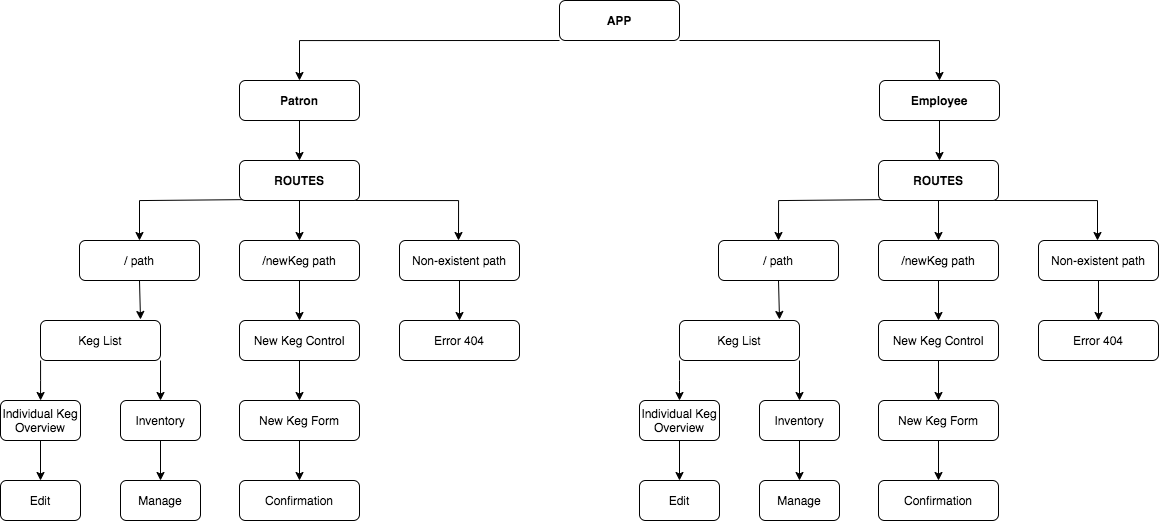
This is Diagram.png from Ugonz86/TapRoom, a draw.io export, as it was before one commit. Source tidied: cells renumbered, new cells last; positions are measured from the earlier drawing's top-left corner, leaving out a move shared by most shapes.
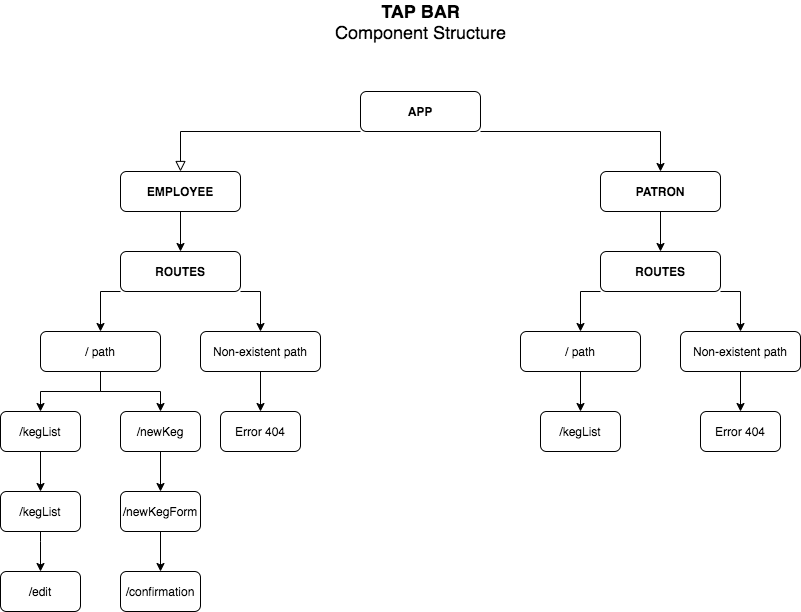
Later version of the same file.

What changed in the source:
```diff
@@ -2,225 +2,142 @@
   <root>
     <mxCell id="0" />
     <mxCell id="1" parent="0" />
-    <mxCell id="2" style="edgeStyle=orthogonalEdgeStyle;rounded=0;jettySize=auto;html=1;exitX=0;exitY=1;exitDx=0;exitDy=0;" parent="1" edge="1" source="4">
-      <mxGeometry relative="1" as="geometry">
-        <mxPoint x="299" y="80" as="targetPoint" />
-        <Array as="points">
-          <mxPoint x="299" y="40" />
-        </Array>
-      </mxGeometry>
-    </mxCell>
-    <mxCell id="3" style="edgeStyle=orthogonalEdgeStyle;rounded=0;jettySize=auto;html=1;entryX=0.5;entryY=0;entryDx=0;entryDy=0;" parent="1" edge="1" source="4" target="8">
-      <mxGeometry relative="1" as="geometry">
-        <Array as="points">
-          <mxPoint x="939" y="40" />
-        </Array>
-      </mxGeometry>
-    </mxCell>
+    <mxCell id="59" style="rounded=0;html=1;jettySize=auto;fontSize=11;endArrow=block;endFill=0;endSize=8;strokeWidth=1;shadow=0;labelBackgroundColor=none;edgeStyle=orthogonalEdgeStyle;" parent="1" edge="1" source="4" target="73">
+      <mxGeometry relative="1" as="geometry">
+        <Array as="points">
+          <mxPoint x="379" y="40" />
+        </Array>
+      </mxGeometry>
+    </mxCell>
+    <mxCell id="60" style="edgeStyle=orthogonalEdgeStyle;rounded=0;jettySize=auto;html=1;" parent="1" edge="1" source="4" target="62">
+      <mxGeometry relative="1" as="geometry">
+        <Array as="points">
+          <mxPoint x="859" y="40" />
+        </Array>
+      </mxGeometry>
+    </mxCell>
     <mxCell id="4" value="&lt;b&gt;APP&lt;/b&gt;" style="rounded=1;whiteSpace=wrap;html=1;fontSize=12;glass=0;strokeWidth=1;shadow=0;" parent="1" vertex="1">
       <mxGeometry x="559" width="120" height="40" as="geometry" />
     </mxCell>
-    <mxCell id="5" style="edgeStyle=orthogonalEdgeStyle;rounded=0;jettySize=auto;html=1;" parent="1" edge="1" source="6" target="12">
-      <mxGeometry relative="1" as="geometry" />
-    </mxCell>
-    <mxCell id="6" value="&lt;b&gt;Patron&lt;/b&gt;" style="rounded=1;whiteSpace=wrap;html=1;" parent="1" vertex="1">
-      <mxGeometry x="239" y="80" width="120" height="40" as="geometry" />
-    </mxCell>
-    <mxCell id="7" style="edgeStyle=orthogonalEdgeStyle;rounded=0;jettySize=auto;html=1;" parent="1" edge="1" source="8">
-      <mxGeometry relative="1" as="geometry">
-        <mxPoint x="939" y="160" as="targetPoint" />
-      </mxGeometry>
-    </mxCell>
-    <mxCell id="8" value="&lt;b&gt;Employee&lt;/b&gt;" style="rounded=1;whiteSpace=wrap;html=1;" parent="1" vertex="1">
-      <mxGeometry x="879" y="80" width="120" height="40" as="geometry" />
-    </mxCell>
-    <mxCell id="9" style="edgeStyle=orthogonalEdgeStyle;rounded=0;jettySize=auto;html=1;exitX=0.158;exitY=0.975;exitDx=0;exitDy=0;exitPerimeter=0;" parent="1" edge="1" source="12">
-      <mxGeometry relative="1" as="geometry">
-        <mxPoint x="139" y="240" as="targetPoint" />
-        <Array as="points">
-          <mxPoint x="258" y="200" />
-          <mxPoint x="139" y="200" />
-        </Array>
-      </mxGeometry>
-    </mxCell>
-    <mxCell id="10" style="edgeStyle=orthogonalEdgeStyle;rounded=0;jettySize=auto;html=1;exitX=0.95;exitY=1;exitDx=0;exitDy=0;exitPerimeter=0;" parent="1" edge="1" source="12">
-      <mxGeometry relative="1" as="geometry">
-        <mxPoint x="458" y="240" as="targetPoint" />
-        <Array as="points">
-          <mxPoint x="458" y="200" />
-        </Array>
-      </mxGeometry>
-    </mxCell>
-    <mxCell id="11" style="edgeStyle=orthogonalEdgeStyle;rounded=0;jettySize=auto;html=1;" parent="1" edge="1" source="12" target="14">
-      <mxGeometry relative="1" as="geometry" />
-    </mxCell>
-    <mxCell id="12" value="&lt;b&gt;ROUTES&lt;/b&gt;" style="rounded=1;whiteSpace=wrap;html=1;" parent="1" vertex="1">
-      <mxGeometry x="239" y="160" width="120" height="40" as="geometry" />
-    </mxCell>
-    <mxCell id="13" style="edgeStyle=orthogonalEdgeStyle;rounded=0;jettySize=auto;html=1;" parent="1" edge="1" source="14" target="16">
-      <mxGeometry relative="1" as="geometry" />
-    </mxCell>
-    <mxCell id="14" value="/newKeg path" style="rounded=1;whiteSpace=wrap;html=1;" parent="1" vertex="1">
-      <mxGeometry x="239" y="240" width="120" height="40" as="geometry" />
-    </mxCell>
-    <mxCell id="15" style="edgeStyle=orthogonalEdgeStyle;rounded=0;jettySize=auto;html=1;" parent="1" edge="1" source="16" target="18">
-      <mxGeometry relative="1" as="geometry" />
-    </mxCell>
-    <mxCell id="16" value="New Keg Control" style="rounded=1;whiteSpace=wrap;html=1;" parent="1" vertex="1">
-      <mxGeometry x="239" y="320" width="120" height="40" as="geometry" />
-    </mxCell>
-    <mxCell id="17" style="edgeStyle=orthogonalEdgeStyle;rounded=0;jettySize=auto;html=1;" parent="1" edge="1" source="18" target="19">
-      <mxGeometry relative="1" as="geometry" />
-    </mxCell>
-    <mxCell id="18" value="New Keg Form" style="rounded=1;whiteSpace=wrap;html=1;" parent="1" vertex="1">
-      <mxGeometry x="239" y="400" width="120" height="40" as="geometry" />
-    </mxCell>
-    <mxCell id="19" value="Confirmation" style="rounded=1;whiteSpace=wrap;html=1;" parent="1" vertex="1">
-      <mxGeometry x="239" y="480" width="120" height="40" as="geometry" />
-    </mxCell>
-    <mxCell id="20" style="edgeStyle=orthogonalEdgeStyle;rounded=0;jettySize=auto;html=1;" parent="1" edge="1" source="21" target="22">
-      <mxGeometry relative="1" as="geometry" />
-    </mxCell>
-    <mxCell id="21" value="Non-existent path" style="rounded=1;whiteSpace=wrap;html=1;" parent="1" vertex="1">
-      <mxGeometry x="399" y="240" width="120" height="40" as="geometry" />
-    </mxCell>
-    <mxCell id="22" value="Error 404" style="rounded=1;whiteSpace=wrap;html=1;" parent="1" vertex="1">
-      <mxGeometry x="399" y="320" width="120" height="40" as="geometry" />
-    </mxCell>
-    <mxCell id="23" style="edgeStyle=orthogonalEdgeStyle;rounded=0;orthogonalLoop=1;jettySize=auto;html=1;entryX=0.675;entryY=-0.025;entryDx=0;entryDy=0;entryPerimeter=0;" parent="1" edge="1">
-      <mxGeometry relative="1" as="geometry">
-        <mxPoint x="139" y="280" as="sourcePoint" />
-        <mxPoint x="140" y="319" as="targetPoint" />
-      </mxGeometry>
-    </mxCell>
-    <mxCell id="24" value="/ path" style="rounded=1;whiteSpace=wrap;html=1;" parent="1" vertex="1">
-      <mxGeometry x="79" y="240" width="120" height="40" as="geometry" />
-    </mxCell>
-    <mxCell id="25" style="edgeStyle=orthogonalEdgeStyle;rounded=0;jettySize=auto;html=1;" parent="1" edge="1" source="27" target="29">
-      <mxGeometry relative="1" as="geometry">
-        <Array as="points">
-          <mxPoint x="40" y="380" />
-          <mxPoint x="40" y="380" />
-        </Array>
-      </mxGeometry>
-    </mxCell>
-    <mxCell id="26" style="edgeStyle=orthogonalEdgeStyle;rounded=0;jettySize=auto;html=1;entryX=0.5;entryY=0;entryDx=0;entryDy=0;exitX=1;exitY=1;exitDx=0;exitDy=0;" parent="1" edge="1" source="27" target="32">
-      <mxGeometry relative="1" as="geometry" />
-    </mxCell>
-    <mxCell id="27" value="Keg List" style="rounded=1;whiteSpace=wrap;html=1;" parent="1" vertex="1">
-      <mxGeometry x="40" y="320" width="120" height="40" as="geometry" />
-    </mxCell>
-    <mxCell id="28" style="edgeStyle=orthogonalEdgeStyle;rounded=0;jettySize=auto;html=1;" parent="1" edge="1" source="29" target="30">
-      <mxGeometry relative="1" as="geometry" />
-    </mxCell>
-    <mxCell id="29" value="Individual Keg Overview" style="rounded=1;whiteSpace=wrap;html=1;" parent="1" vertex="1">
-      <mxGeometry y="400" width="80" height="40" as="geometry" />
-    </mxCell>
-    <mxCell id="30" value="Edit" style="rounded=1;whiteSpace=wrap;html=1;" parent="1" vertex="1">
-      <mxGeometry y="480" width="80" height="40" as="geometry" />
-    </mxCell>
-    <mxCell id="31" style="edgeStyle=orthogonalEdgeStyle;rounded=0;jettySize=auto;html=1;" parent="1" edge="1" source="32" target="33">
-      <mxGeometry relative="1" as="geometry" />
-    </mxCell>
-    <mxCell id="32" value="Inventory" style="rounded=1;whiteSpace=wrap;html=1;" parent="1" vertex="1">
-      <mxGeometry x="120" y="400" width="80" height="40" as="geometry" />
-    </mxCell>
-    <mxCell id="33" value="Manage" style="rounded=1;whiteSpace=wrap;html=1;" parent="1" vertex="1">
-      <mxGeometry x="120" y="480" width="80" height="40" as="geometry" />
-    </mxCell>
-    <mxCell id="34" style="edgeStyle=orthogonalEdgeStyle;rounded=0;jettySize=auto;html=1;exitX=0.158;exitY=0.975;exitDx=0;exitDy=0;exitPerimeter=0;" parent="1" edge="1" source="37">
-      <mxGeometry relative="1" as="geometry">
-        <mxPoint x="778" y="240" as="targetPoint" />
-        <Array as="points">
-          <mxPoint x="897" y="200" />
-          <mxPoint x="778" y="200" />
-        </Array>
-      </mxGeometry>
-    </mxCell>
-    <mxCell id="35" style="edgeStyle=orthogonalEdgeStyle;rounded=0;jettySize=auto;html=1;exitX=0.95;exitY=1;exitDx=0;exitDy=0;exitPerimeter=0;" parent="1" edge="1" source="37">
-      <mxGeometry relative="1" as="geometry">
-        <mxPoint x="1097" y="240" as="targetPoint" />
-        <Array as="points">
-          <mxPoint x="1097" y="200" />
-        </Array>
-      </mxGeometry>
-    </mxCell>
-    <mxCell id="36" style="edgeStyle=orthogonalEdgeStyle;rounded=0;jettySize=auto;html=1;" parent="1" edge="1" source="37" target="39">
-      <mxGeometry relative="1" as="geometry" />
-    </mxCell>
-    <mxCell id="37" value="&lt;b&gt;ROUTES&lt;/b&gt;" style="rounded=1;whiteSpace=wrap;html=1;" parent="1" vertex="1">
-      <mxGeometry x="878" y="160" width="120" height="40" as="geometry" />
-    </mxCell>
-    <mxCell id="38" style="edgeStyle=orthogonalEdgeStyle;rounded=0;jettySize=auto;html=1;" parent="1" edge="1" source="39" target="41">
-      <mxGeometry relative="1" as="geometry" />
-    </mxCell>
-    <mxCell id="39" value="/newKeg path" style="rounded=1;whiteSpace=wrap;html=1;" parent="1" vertex="1">
-      <mxGeometry x="878" y="240" width="120" height="40" as="geometry" />
-    </mxCell>
-    <mxCell id="40" style="edgeStyle=orthogonalEdgeStyle;rounded=0;jettySize=auto;html=1;" parent="1" edge="1" source="41" target="43">
-      <mxGeometry relative="1" as="geometry" />
-    </mxCell>
-    <mxCell id="41" value="New Keg Control" style="rounded=1;whiteSpace=wrap;html=1;" parent="1" vertex="1">
-      <mxGeometry x="878" y="320" width="120" height="40" as="geometry" />
-    </mxCell>
-    <mxCell id="42" style="edgeStyle=orthogonalEdgeStyle;rounded=0;jettySize=auto;html=1;" parent="1" edge="1" source="43" target="44">
-      <mxGeometry relative="1" as="geometry" />
-    </mxCell>
-    <mxCell id="43" value="New Keg Form" style="rounded=1;whiteSpace=wrap;html=1;" parent="1" vertex="1">
-      <mxGeometry x="878" y="400" width="120" height="40" as="geometry" />
-    </mxCell>
-    <mxCell id="44" value="Confirmation" style="rounded=1;whiteSpace=wrap;html=1;" parent="1" vertex="1">
-      <mxGeometry x="878" y="480" width="120" height="40" as="geometry" />
-    </mxCell>
-    <mxCell id="45" style="edgeStyle=orthogonalEdgeStyle;rounded=0;jettySize=auto;html=1;" parent="1" edge="1" source="46" target="47">
-      <mxGeometry relative="1" as="geometry" />
-    </mxCell>
-    <mxCell id="46" value="Non-existent path" style="rounded=1;whiteSpace=wrap;html=1;" parent="1" vertex="1">
-      <mxGeometry x="1038" y="240" width="120" height="40" as="geometry" />
-    </mxCell>
-    <mxCell id="47" value="Error 404" style="rounded=1;whiteSpace=wrap;html=1;" parent="1" vertex="1">
-      <mxGeometry x="1038" y="320" width="120" height="40" as="geometry" />
-    </mxCell>
-    <mxCell id="48" style="edgeStyle=orthogonalEdgeStyle;rounded=0;orthogonalLoop=1;jettySize=auto;html=1;entryX=0.675;entryY=-0.025;entryDx=0;entryDy=0;entryPerimeter=0;" parent="1" edge="1">
-      <mxGeometry relative="1" as="geometry">
-        <mxPoint x="778" y="280" as="sourcePoint" />
-        <mxPoint x="779" y="319" as="targetPoint" />
-      </mxGeometry>
-    </mxCell>
-    <mxCell id="49" value="/ path" style="rounded=1;whiteSpace=wrap;html=1;" parent="1" vertex="1">
-      <mxGeometry x="718" y="240" width="120" height="40" as="geometry" />
-    </mxCell>
-    <mxCell id="50" style="edgeStyle=orthogonalEdgeStyle;rounded=0;jettySize=auto;html=1;" parent="1" edge="1" source="52" target="54">
-      <mxGeometry relative="1" as="geometry">
-        <Array as="points">
-          <mxPoint x="679" y="380" />
-          <mxPoint x="679" y="380" />
-        </Array>
-      </mxGeometry>
-    </mxCell>
-    <mxCell id="51" style="edgeStyle=orthogonalEdgeStyle;rounded=0;jettySize=auto;html=1;entryX=0.5;entryY=0;entryDx=0;entryDy=0;exitX=1;exitY=1;exitDx=0;exitDy=0;" parent="1" edge="1" source="52" target="57">
-      <mxGeometry relative="1" as="geometry" />
-    </mxCell>
-    <mxCell id="52" value="Keg List" style="rounded=1;whiteSpace=wrap;html=1;" parent="1" vertex="1">
-      <mxGeometry x="679" y="320" width="120" height="40" as="geometry" />
-    </mxCell>
-    <mxCell id="53" style="edgeStyle=orthogonalEdgeStyle;rounded=0;jettySize=auto;html=1;" parent="1" edge="1" source="54" target="55">
-      <mxGeometry relative="1" as="geometry" />
-    </mxCell>
-    <mxCell id="54" value="Individual Keg Overview" style="rounded=1;whiteSpace=wrap;html=1;" parent="1" vertex="1">
-      <mxGeometry x="639" y="400" width="80" height="40" as="geometry" />
-    </mxCell>
-    <mxCell id="55" value="Edit" style="rounded=1;whiteSpace=wrap;html=1;" parent="1" vertex="1">
-      <mxGeometry x="639" y="480" width="80" height="40" as="geometry" />
-    </mxCell>
-    <mxCell id="56" style="edgeStyle=orthogonalEdgeStyle;rounded=0;jettySize=auto;html=1;" parent="1" edge="1" source="57" target="58">
-      <mxGeometry relative="1" as="geometry" />
-    </mxCell>
-    <mxCell id="57" value="Inventory" style="rounded=1;whiteSpace=wrap;html=1;" parent="1" vertex="1">
-      <mxGeometry x="759" y="400" width="80" height="40" as="geometry" />
-    </mxCell>
-    <mxCell id="58" value="Manage" style="rounded=1;whiteSpace=wrap;html=1;" parent="1" vertex="1">
-      <mxGeometry x="759" y="480" width="80" height="40" as="geometry" />
-    </mxCell>
+    <mxCell id="61" style="edgeStyle=orthogonalEdgeStyle;rounded=0;jettySize=auto;html=1;" parent="1" edge="1" source="62" target="65">
+      <mxGeometry relative="1" as="geometry" />
+    </mxCell>
+    <mxCell id="62" value="&lt;b&gt;PATRON&lt;/b&gt;" style="rounded=1;whiteSpace=wrap;html=1;fontSize=12;glass=0;strokeWidth=1;shadow=0;" parent="1" vertex="1">
+      <mxGeometry x="799" y="80" width="120" height="40" as="geometry" />
+    </mxCell>
+    <mxCell id="63" style="edgeStyle=orthogonalEdgeStyle;rounded=0;jettySize=auto;html=1;" parent="1" edge="1" source="65" target="70">
+      <mxGeometry relative="1" as="geometry">
+        <Array as="points">
+          <mxPoint x="779" y="200" />
+        </Array>
+      </mxGeometry>
+    </mxCell>
+    <mxCell id="64" style="edgeStyle=orthogonalEdgeStyle;rounded=0;jettySize=auto;html=1;" parent="1" edge="1" source="65" target="67">
+      <mxGeometry relative="1" as="geometry">
+        <Array as="points">
+          <mxPoint x="939" y="200" />
+        </Array>
+      </mxGeometry>
+    </mxCell>
+    <mxCell id="65" value="&lt;b&gt;ROUTES&lt;/b&gt;" style="rounded=1;whiteSpace=wrap;html=1;fontSize=12;glass=0;strokeWidth=1;shadow=0;" parent="1" vertex="1">
+      <mxGeometry x="799" y="160" width="120" height="40" as="geometry" />
+    </mxCell>
+    <mxCell id="66" style="edgeStyle=orthogonalEdgeStyle;rounded=0;jettySize=auto;html=1;" parent="1" edge="1" source="67" target="68">
+      <mxGeometry relative="1" as="geometry" />
+    </mxCell>
+    <mxCell id="67" value="Non-existent path" style="rounded=1;whiteSpace=wrap;html=1;fontSize=12;glass=0;strokeWidth=1;shadow=0;" parent="1" vertex="1">
+      <mxGeometry x="879" y="240" width="120" height="40" as="geometry" />
+    </mxCell>
+    <mxCell id="68" value="Error 404" style="rounded=1;whiteSpace=wrap;html=1;fontSize=12;glass=0;strokeWidth=1;shadow=0;" parent="1" vertex="1">
+      <mxGeometry x="899" y="320" width="80" height="40" as="geometry" />
+    </mxCell>
+    <mxCell id="69" style="edgeStyle=orthogonalEdgeStyle;rounded=0;jettySize=auto;html=1;" parent="1" edge="1" source="70" target="71">
+      <mxGeometry relative="1" as="geometry" />
+    </mxCell>
+    <mxCell id="70" value="/ path" style="rounded=1;whiteSpace=wrap;html=1;fontSize=12;glass=0;strokeWidth=1;shadow=0;" parent="1" vertex="1">
+      <mxGeometry x="719" y="240" width="120" height="40" as="geometry" />
+    </mxCell>
+    <mxCell id="71" value="/kegList" style="rounded=1;whiteSpace=wrap;html=1;fontSize=12;glass=0;strokeWidth=1;shadow=0;" parent="1" vertex="1">
+      <mxGeometry x="739" y="320" width="80" height="40" as="geometry" />
+    </mxCell>
+    <mxCell id="72" style="edgeStyle=orthogonalEdgeStyle;rounded=0;jettySize=auto;html=1;" parent="1" edge="1" source="73" target="76">
+      <mxGeometry relative="1" as="geometry" />
+    </mxCell>
+    <mxCell id="73" value="&lt;b&gt;EMPLOYEE&lt;/b&gt;" style="rounded=1;whiteSpace=wrap;html=1;" parent="1" vertex="1">
+      <mxGeometry x="319" y="80" width="120" height="40" as="geometry" />
+    </mxCell>
+    <mxCell id="74" style="edgeStyle=orthogonalEdgeStyle;rounded=0;jettySize=auto;html=1;" parent="1" edge="1" source="76" target="82">
+      <mxGeometry relative="1" as="geometry">
+        <Array as="points">
+          <mxPoint x="299" y="200" />
+        </Array>
+      </mxGeometry>
+    </mxCell>
+    <mxCell id="75" style="edgeStyle=orthogonalEdgeStyle;rounded=0;jettySize=auto;html=1;" parent="1" edge="1" source="76" target="78">
+      <mxGeometry relative="1" as="geometry">
+        <Array as="points">
+          <mxPoint x="459" y="200" />
+        </Array>
+      </mxGeometry>
+    </mxCell>
+    <mxCell id="76" value="&lt;b&gt;ROUTES&lt;/b&gt;" style="rounded=1;whiteSpace=wrap;html=1;" parent="1" vertex="1">
+      <mxGeometry x="319" y="160" width="120" height="40" as="geometry" />
+    </mxCell>
+    <mxCell id="77" style="edgeStyle=orthogonalEdgeStyle;rounded=0;jettySize=auto;html=1;" parent="1" edge="1" source="78" target="79">
+      <mxGeometry relative="1" as="geometry" />
+    </mxCell>
+    <mxCell id="78" value="Non-existent path" style="rounded=1;whiteSpace=wrap;html=1;" parent="1" vertex="1">
+      <mxGeometry x="399" y="240" width="120" height="40" as="geometry" />
+    </mxCell>
+    <mxCell id="79" value="Error 404" style="rounded=1;whiteSpace=wrap;html=1;" parent="1" vertex="1">
+      <mxGeometry x="419" y="320" width="80" height="40" as="geometry" />
+    </mxCell>
+    <mxCell id="80" style="edgeStyle=orthogonalEdgeStyle;rounded=0;jettySize=auto;html=1;" parent="1" edge="1" source="82" target="89">
+      <mxGeometry relative="1" as="geometry" />
+    </mxCell>
+    <mxCell id="81" style="edgeStyle=orthogonalEdgeStyle;rounded=0;jettySize=auto;html=1;" parent="1" edge="1" source="82" target="84">
+      <mxGeometry relative="1" as="geometry" />
+    </mxCell>
+    <mxCell id="82" value="/ path" style="rounded=1;whiteSpace=wrap;html=1;" parent="1" vertex="1">
+      <mxGeometry x="239" y="240" width="120" height="40" as="geometry" />
+    </mxCell>
+    <mxCell id="83" style="edgeStyle=orthogonalEdgeStyle;rounded=0;jettySize=auto;html=1;" parent="1" edge="1" source="84" target="86">
+      <mxGeometry relative="1" as="geometry" />
+    </mxCell>
+    <mxCell id="84" value="/newKeg" style="rounded=1;whiteSpace=wrap;html=1;" parent="1" vertex="1">
+      <mxGeometry x="319" y="320" width="80" height="40" as="geometry" />
+    </mxCell>
+    <mxCell id="85" style="edgeStyle=orthogonalEdgeStyle;rounded=0;jettySize=auto;html=1;" parent="1" edge="1" source="86" target="87">
+      <mxGeometry relative="1" as="geometry" />
+    </mxCell>
+    <mxCell id="86" value="/newKegForm" style="rounded=1;whiteSpace=wrap;html=1;" parent="1" vertex="1">
+      <mxGeometry x="319" y="400" width="80" height="40" as="geometry" />
+    </mxCell>
+    <mxCell id="87" value="/confirmation" style="rounded=1;whiteSpace=wrap;html=1;" parent="1" vertex="1">
+      <mxGeometry x="319" y="480" width="80" height="40" as="geometry" />
+    </mxCell>
+    <mxCell id="88" style="edgeStyle=orthogonalEdgeStyle;rounded=0;jettySize=auto;html=1;" parent="1" edge="1" source="89" target="91">
+      <mxGeometry relative="1" as="geometry" />
+    </mxCell>
+    <mxCell id="89" value="/kegList" style="rounded=1;whiteSpace=wrap;html=1;" parent="1" vertex="1">
+      <mxGeometry x="199" y="320" width="80" height="40" as="geometry" />
+    </mxCell>
+    <mxCell id="90" style="edgeStyle=orthogonalEdgeStyle;rounded=0;jettySize=auto;html=1;entryX=0.5;entryY=0;entryDx=0;entryDy=0;" parent="1" edge="1" source="91" target="92">
+      <mxGeometry relative="1" as="geometry">
+        <Array as="points">
+          <mxPoint x="239" y="450" />
+          <mxPoint x="239" y="450" />
+        </Array>
+      </mxGeometry>
+    </mxCell>
+    <mxCell id="91" value="/kegList" style="rounded=1;whiteSpace=wrap;html=1;" parent="1" vertex="1">
+      <mxGeometry x="199" y="400" width="80" height="40" as="geometry" />
+    </mxCell>
+    <mxCell id="92" value="/edit" style="rounded=1;whiteSpace=wrap;html=1;" parent="1" vertex="1">
+      <mxGeometry x="199" y="480" width="80" height="40" as="geometry" />
+    </mxCell>
+    <mxCell id="93" value="&lt;font style=&quot;font-size: 18px&quot;&gt;&lt;b&gt;TAP BAR&lt;/b&gt;&lt;br&gt;Component Structure&lt;/font&gt;" style="text;html=1;align=center;verticalAlign=middle;" parent="1" vertex="1">
+      <mxGeometry x="524" y="-90" width="190" height="40" as="geometry" />
+    </mxCell>
   </root>
 </mxGraphModel>
```
